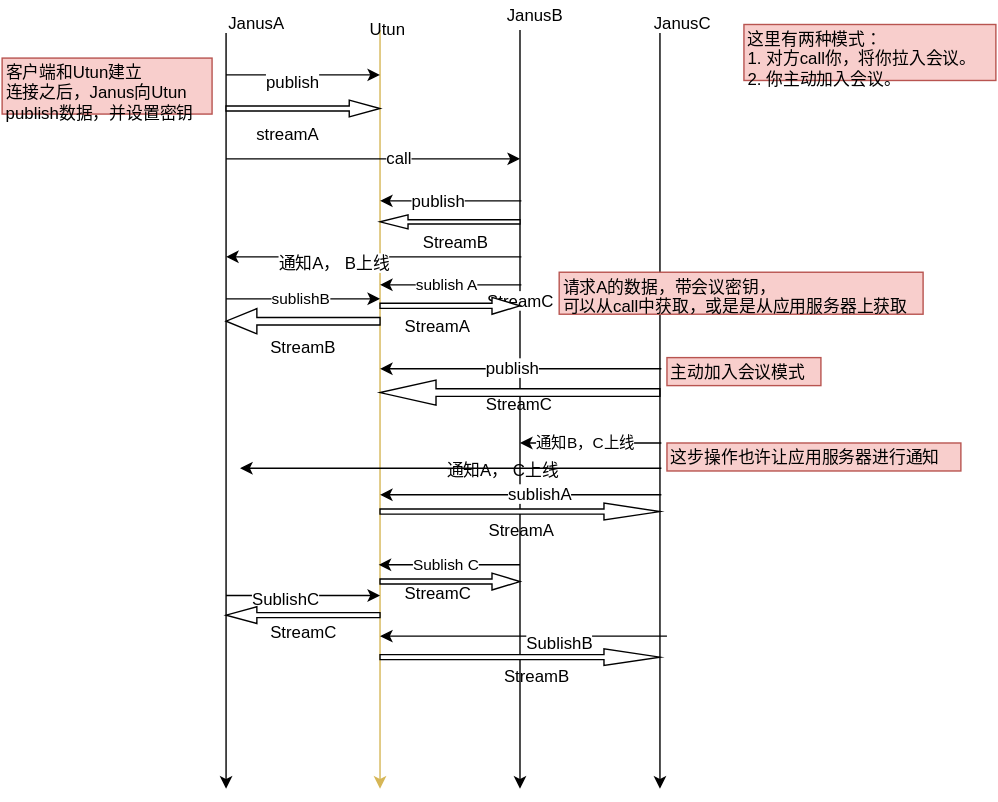
This is video_room_message_utun.svg from chenlai/picture, a draw.io export, as it was before one commit. Source tidied: cells renumbered, new cells last; positions are measured from the earlier drawing's top-left corner, leaving out a move shared by most shapes.
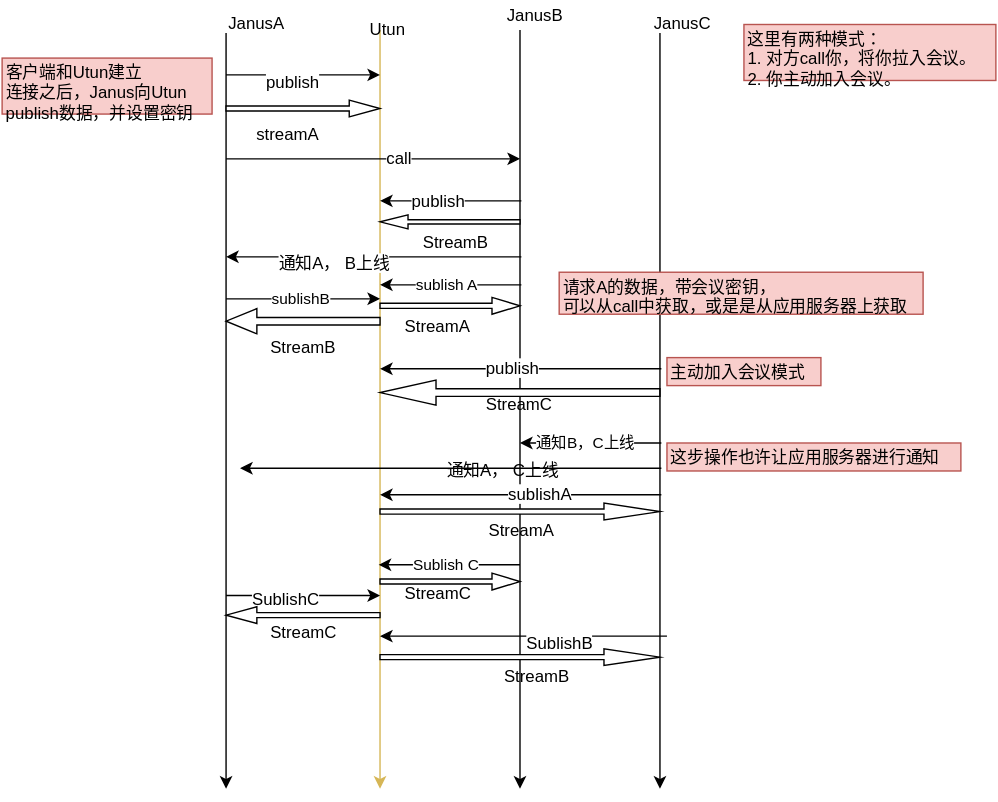
After the commit.

The edit, as a diff of the source:
```diff
@@ -66,11 +66,6 @@
         <mxPoint x="370" y="562" as="targetPoint" />
       </mxGeometry>
     </mxCell>
-    <mxCell id="15" value="StreamC" style="text;html=1;align=center;verticalAlign=middle;labelBackgroundColor=#ffffff;" parent="14" vertex="1">
-      <mxGeometry relative="1" as="geometry">
-        <mxPoint y="-79" as="offset" />
-      </mxGeometry>
-    </mxCell>
     <mxCell id="16" value="这里有两种模式：&lt;div&gt;1. 对方call你，将你拉入会议。&lt;/div&gt;&lt;div&gt;2. 你主动加入会议。&lt;/div&gt;" style="text;html=1;align=left;verticalAlign=top;spacingTop=-4;fillColor=#f8cecc;strokeColor=#b85450;" parent="1" vertex="1">
       <mxGeometry x="530" y="16" width="180" height="40" as="geometry" />
     </mxCell>
```
